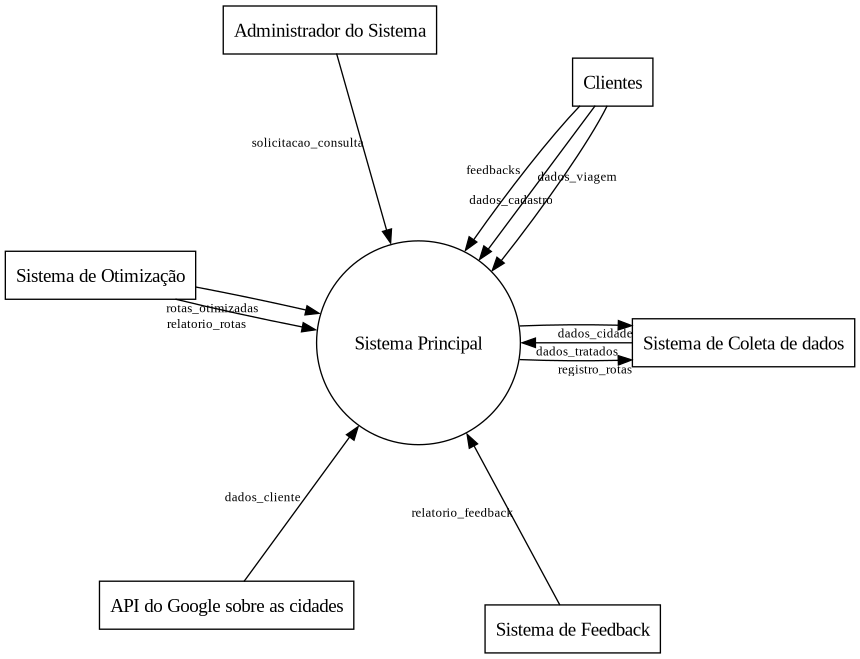
Before: Relatório/Semana-1/Diagramas/DFD0.png, a diagram exported from Graphviz (pedrodilallo/site_turismo_SIG). Its source is kept beside it as Relatório/Semana-1/Diagramas/DFD0.gv.
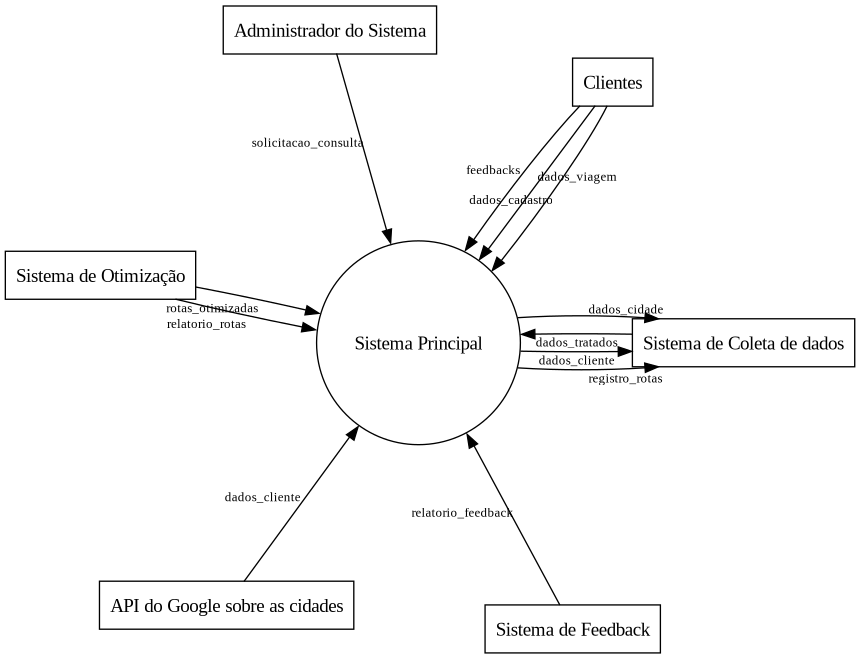
The same diagram one commit later.

Commit message:
Correções DFD

Diff of the diagram source:
```diff
@@ -38,6 +38,7 @@
 
     sistema -> coletador[label="dados_cidade"]
     sistema -> coletador[label="registro_rotas"]
+    sistema -> coletador[label="dados_cliente"]
 
 }
 @enduml
```
